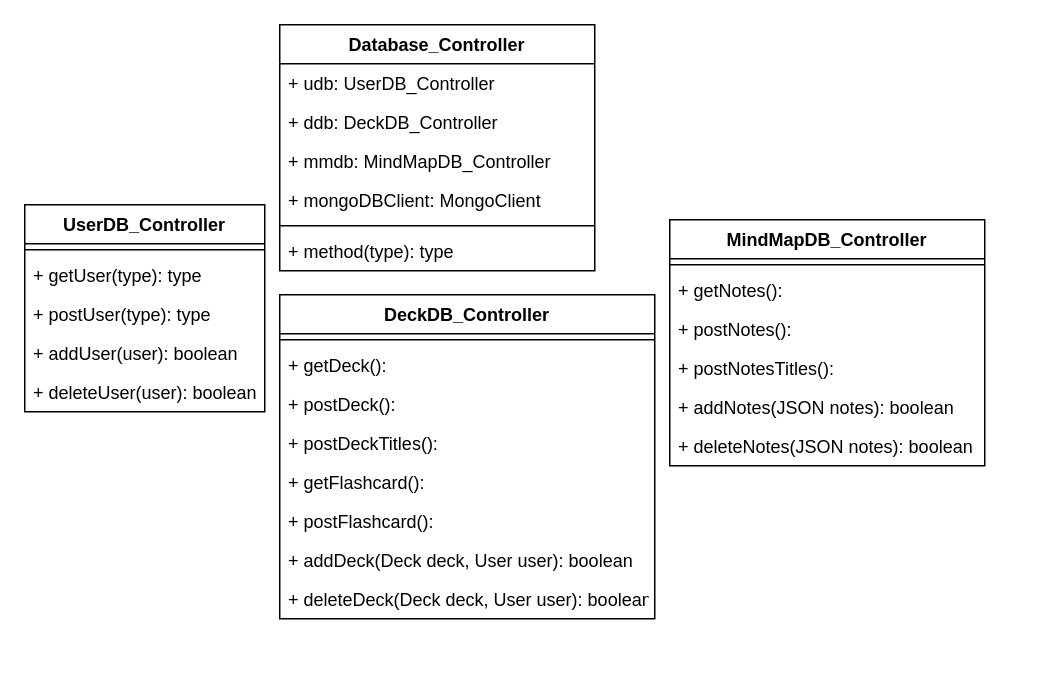
Before: UML_Diagrams/Database_Controller.drawio in kylehackett99/HourWork, a draw.io diagram. Source tidied: cells renumbered, new cells numbered last; positions are measured from the earlier drawing's top-left corner, leaving out a move shared by most shapes. Both pictures are drawn from the tidied source at 150%, with x=0, y=0 at pixel (24, 24).
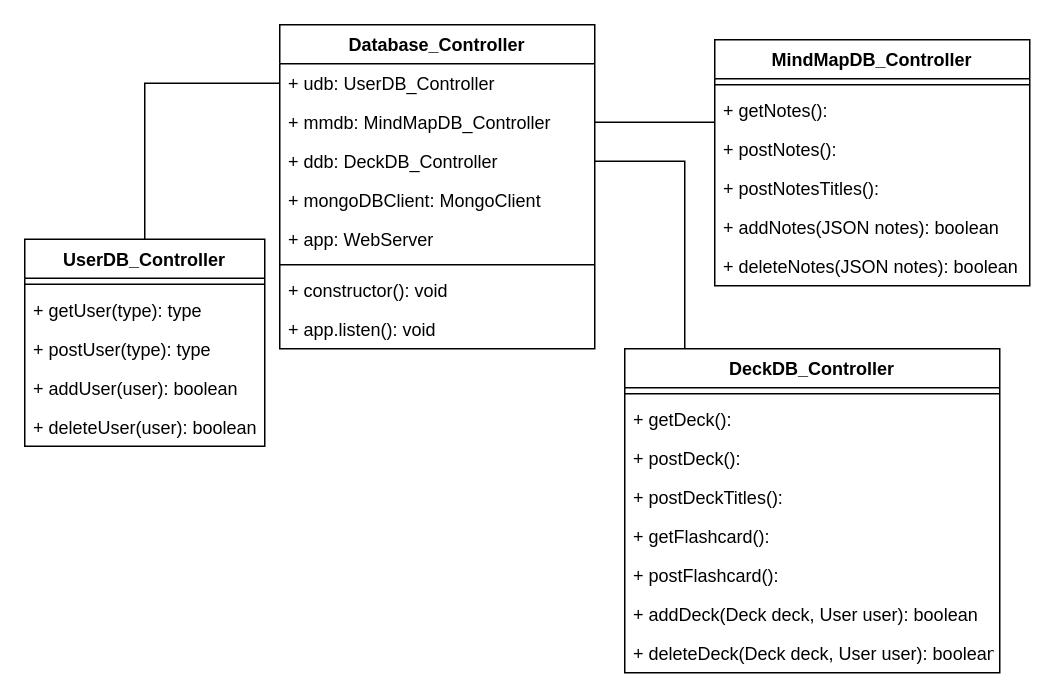
The same diagram, later.

Unchanged cells that the change refers to:
```xml
<mxCell id="3" value="+ udb: UserDB_Controller" style="text;strokeColor=none;fillColor=none;align=left;verticalAlign=top;spacingLeft=4;spacingRight=4;overflow=hidden;points=[[0,0.5],[1,0.5]];portConstraint=eastwest;" parent="2" vertex="1">
  <mxGeometry y="26" width="210" height="26" as="geometry" />
</mxCell>
```

Change to the diagram source:
```diff
@@
     <mxCell id="2" value="Database_Controller" style="swimlane;fontStyle=1;align=center;verticalAlign=top;horizontal=1;startSize=26;" parent="1" vertex="1">
-      <mxGeometry x="170" width="210" height="164" as="geometry" />
+      <mxGeometry x="170" width="210" height="216" as="geometry" />
     </mxCell>
@@
+    <mxCell id="5" value="+ mmdb: MindMapDB_Controller" style="text;strokeColor=none;fillColor=none;align=left;verticalAlign=top;spacingLeft=4;spacingRight=4;overflow=hidden;points=[[0,0.5],[1,0.5]];portConstraint=eastwest;" parent="2" vertex="1">
+      <mxGeometry y="52" width="210" height="26" as="geometry" />
+    </mxCell>
     <mxCell id="4" value="+ ddb: DeckDB_Controller" style="text;strokeColor=none;fillColor=none;align=left;verticalAlign=top;spacingLeft=4;spacingRight=4;overflow=hidden;points=[[0,0.5],[1,0.5]];portConstraint=eastwest;" parent="2" vertex="1">
-      <mxGeometry y="52" width="210" height="26" as="geometry" />
+      <mxGeometry y="78" width="210" height="26" as="geometry" />
     </mxCell>
-    <mxCell id="5" value="+ mmdb: MindMapDB_Controller" style="text;strokeColor=none;fillColor=none;align=left;verticalAlign=top;spacingLeft=4;spacingRight=4;overflow=hidden;points=[[0,0.5],[1,0.5]];portConstraint=eastwest;" parent="2" vertex="1">
-      <mxGeometry y="78" width="210" height="26" as="geometry" />
-    </mxCell>
@@
+    <mxCell id="31" value="+ app: WebServer" style="text;strokeColor=none;fillColor=none;align=left;verticalAlign=top;spacingLeft=4;spacingRight=4;overflow=hidden;" parent="2" vertex="1">
+      <mxGeometry y="130" width="210" height="26" as="geometry" />
+    </mxCell>
     <mxCell id="7" style="line;strokeWidth=1;fillColor=none;align=left;verticalAlign=middle;spacingTop=-1;spacingLeft=3;spacingRight=3;labelPosition=right;" parent="2" vertex="1">
-      <mxGeometry y="130" width="210" height="8" as="geometry" />
+      <mxGeometry y="156" width="210" height="8" as="geometry" />
     </mxCell>
-    <mxCell id="8" value="+ method(type): type" style="text;strokeColor=none;fillColor=none;align=left;verticalAlign=top;spacingLeft=4;spacingRight=4;overflow=hidden;" parent="2" vertex="1">
-      <mxGeometry y="138" width="210" height="26" as="geometry" />
+    <mxCell id="8" value="+ constructor(): void" style="text;strokeColor=none;fillColor=none;align=left;verticalAlign=top;spacingLeft=4;spacingRight=4;overflow=hidden;" parent="2" vertex="1">
+      <mxGeometry y="164" width="210" height="26" as="geometry" />
     </mxCell>
+    <mxCell id="32" value="+ app.listen(): void" style="text;strokeColor=none;fillColor=none;align=left;verticalAlign=top;spacingLeft=4;spacingRight=4;overflow=hidden;" parent="2" vertex="1">
+      <mxGeometry y="190" width="210" height="26" as="geometry" />
+    </mxCell>
+    <mxCell id="33" style="edgeStyle=orthogonalEdgeStyle;rounded=0;jettySize=auto;html=1;endArrow=none;endFill=0;" parent="1" edge="1" source="9" target="3">
+      <mxGeometry relative="1" as="geometry" />
+    </mxCell>
     <mxCell id="9" value="UserDB_Controller" style="swimlane;fontStyle=1;align=center;verticalAlign=top;horizontal=1;startSize=26;" parent="1" vertex="1">
-      <mxGeometry y="120" width="160" height="138" as="geometry" />
+      <mxGeometry y="143" width="160" height="138" as="geometry" />
     </mxCell>
@@
+    <mxCell id="34" style="edgeStyle=orthogonalEdgeStyle;rounded=0;jettySize=auto;html=1;entryX=1;entryY=0.5;entryDx=0;entryDy=0;endArrow=none;endFill=0;" parent="1" edge="1" source="15" target="4">
+      <mxGeometry relative="1" as="geometry">
+        <Array as="points">
+          <mxPoint x="440" y="91" />
+        </Array>
+      </mxGeometry>
+    </mxCell>
     <mxCell id="15" value="DeckDB_Controller" style="swimlane;fontStyle=1;align=center;verticalAlign=top;horizontal=1;startSize=26;" parent="1" vertex="1">
-      <mxGeometry x="170" y="180" width="250" height="216" as="geometry" />
+      <mxGeometry x="400" y="216" width="250" height="216" as="geometry" />
     </mxCell>
@@
+    <mxCell id="35" style="edgeStyle=orthogonalEdgeStyle;rounded=0;jettySize=auto;html=1;entryX=1;entryY=0.5;entryDx=0;entryDy=0;endArrow=none;endFill=0;" parent="1" edge="1" source="24" target="5">
+      <mxGeometry relative="1" as="geometry">
+        <Array as="points">
+          <mxPoint x="430" y="65" />
+          <mxPoint x="430" y="65" />
+        </Array>
+      </mxGeometry>
+    </mxCell>
     <mxCell id="24" value="MindMapDB_Controller" style="swimlane;fontStyle=1;align=center;verticalAlign=top;horizontal=1;startSize=26;" parent="1" vertex="1">
-      <mxGeometry x="430" y="130" width="210" height="164" as="geometry" />
+      <mxGeometry x="460" y="10" width="210" height="164" as="geometry" />
     </mxCell>
```
